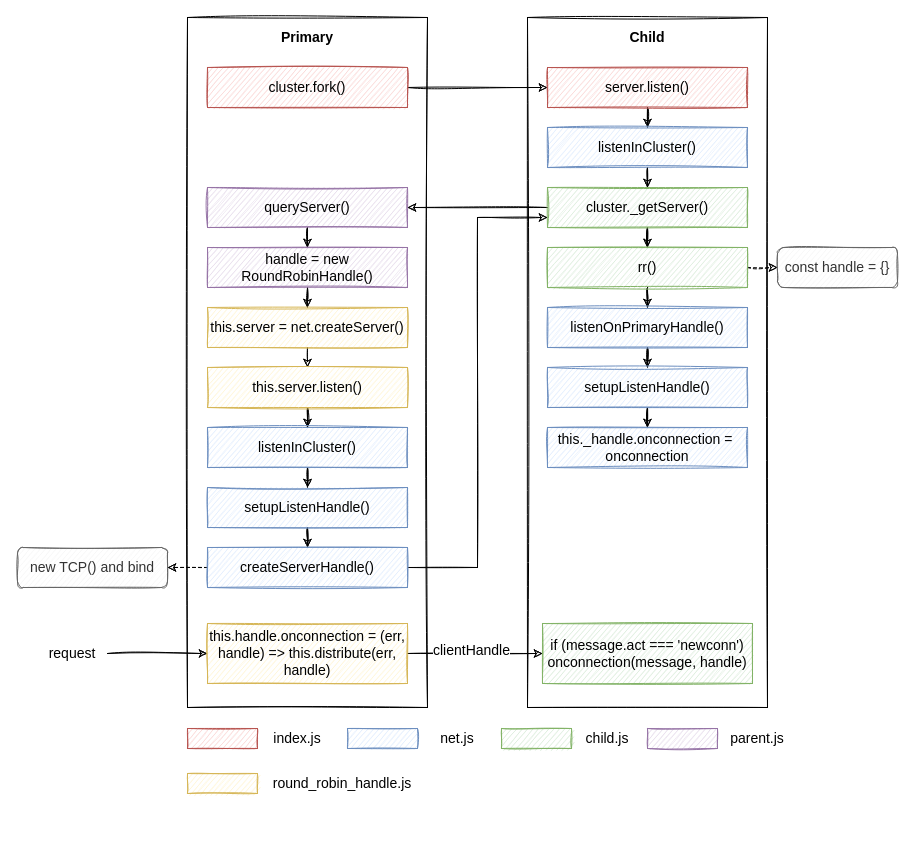
The draw.io diagram page "第 2 页" (2 of 2) of source/_posts/nodejs-cluster-principle/sharedhandle.drawio in ParadeTo/blog, before the edit. Source tidied: cells renumbered, new cells numbered last; positions are measured from the earlier drawing's top-left corner, leaving out a move shared by most shapes. Both pictures are drawn from the tidied source at 100%, with x=0, y=0 at pixel (17, 17).
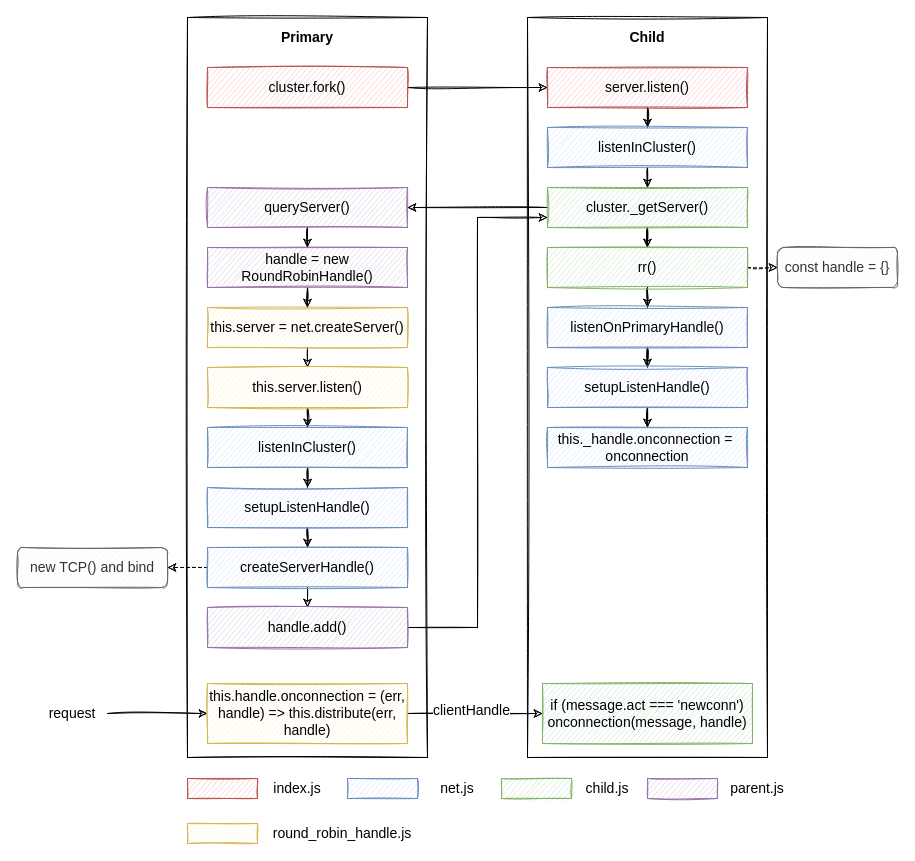
After the change.

The change refers to these unchanged cells:
```xml
<mxCell id="16" value="cluster._getServer()" style="text;html=1;align=center;verticalAlign=middle;whiteSpace=wrap;rounded=0;glass=0;sketch=1;fontFamily=Monoca;fontSize=14;strokeColor=#82b366;fillColor=#d5e8d4;" parent="1" vertex="1">
  <mxGeometry x="530" y="170" width="200" height="40" as="geometry" />
</mxCell>
<mxCell id="47" value="&lt;span style=&quot;font-size: 14px&quot;&gt;createServerHandle()&lt;/span&gt;" style="rounded=0;whiteSpace=wrap;html=1;fontFamily=Monoca;fillColor=#dae8fc;strokeColor=#6c8ebf;sketch=1;" parent="1" vertex="1">
  <mxGeometry x="190" y="530" width="200" height="40" as="geometry" />
</mxCell>
```

What changed in the source:
```diff
@@
     <mxCell id="2" style="rounded=0;whiteSpace=wrap;html=1;glass=0;sketch=1;" parent="1" vertex="1">
-      <mxGeometry x="170" width="240" height="690" as="geometry" />
+      <mxGeometry x="170" width="240" height="740" as="geometry" />
     </mxCell>
@@
     <mxCell id="4" style="rounded=0;whiteSpace=wrap;html=1;glass=0;sketch=1;" parent="1" vertex="1">
-      <mxGeometry x="510" width="240" height="690" as="geometry" />
+      <mxGeometry x="510" width="240" height="740" as="geometry" />
     </mxCell>
@@
     <mxCell id="8" style="rounded=0;whiteSpace=wrap;html=1;glass=0;sketch=1;fontFamily=Monoca;fontSize=14;fillColor=#f8cecc;strokeColor=#b85450;" parent="1" vertex="1">
-      <mxGeometry x="170" y="711" width="70" height="20" as="geometry" />
+      <mxGeometry x="170" y="761" width="70" height="20" as="geometry" />
     </mxCell>
     <mxCell id="9" value="index.js" style="text;html=1;strokeColor=none;fillColor=none;align=center;verticalAlign=middle;whiteSpace=wrap;rounded=0;glass=0;sketch=1;fontFamily=Monoca;fontSize=14;" parent="1" vertex="1">
-      <mxGeometry x="260" y="711" width="40" height="20" as="geometry" />
+      <mxGeometry x="260" y="761" width="40" height="20" as="geometry" />
     </mxCell>
@@
     <mxCell id="17" style="rounded=0;whiteSpace=wrap;html=1;glass=0;sketch=1;fontFamily=Monoca;fontSize=14;fillColor=#dae8fc;strokeColor=#6c8ebf;" parent="1" vertex="1">
-      <mxGeometry x="330" y="711" width="70" height="20" as="geometry" />
+      <mxGeometry x="330" y="761" width="70" height="20" as="geometry" />
     </mxCell>
     <mxCell id="18" value="net.js" style="text;html=1;strokeColor=none;fillColor=none;align=center;verticalAlign=middle;whiteSpace=wrap;rounded=0;glass=0;sketch=1;fontFamily=Monoca;fontSize=14;" parent="1" vertex="1">
-      <mxGeometry x="420" y="711" width="40" height="20" as="geometry" />
+      <mxGeometry x="420" y="761" width="40" height="20" as="geometry" />
     </mxCell>
     <mxCell id="19" style="rounded=0;whiteSpace=wrap;html=1;glass=0;sketch=1;fontFamily=Monoca;fontSize=14;fillColor=#d5e8d4;strokeColor=#82b366;" parent="1" vertex="1">
-      <mxGeometry x="484" y="711" width="70" height="20" as="geometry" />
+      <mxGeometry x="484" y="761" width="70" height="20" as="geometry" />
     </mxCell>
     <mxCell id="20" value="child.js" style="text;html=1;strokeColor=none;fillColor=none;align=center;verticalAlign=middle;whiteSpace=wrap;rounded=0;glass=0;sketch=1;fontFamily=Monoca;fontSize=14;" parent="1" vertex="1">
-      <mxGeometry x="570" y="711" width="40" height="20" as="geometry" />
+      <mxGeometry x="570" y="761" width="40" height="20" as="geometry" />
     </mxCell>
     <mxCell id="21" style="rounded=0;whiteSpace=wrap;html=1;glass=0;sketch=1;fontFamily=Monoca;fontSize=14;fillColor=#e1d5e7;strokeColor=#9673a6;" parent="1" vertex="1">
-      <mxGeometry x="630" y="711" width="70" height="20" as="geometry" />
+      <mxGeometry x="630" y="761" width="70" height="20" as="geometry" />
     </mxCell>
     <mxCell id="22" value="parent.js" style="text;html=1;strokeColor=none;fillColor=none;align=center;verticalAlign=middle;whiteSpace=wrap;rounded=0;glass=0;sketch=1;fontFamily=Monoca;fontSize=14;" parent="1" vertex="1">
-      <mxGeometry x="720" y="711" width="40" height="20" as="geometry" />
+      <mxGeometry x="720" y="761" width="40" height="20" as="geometry" />
     </mxCell>
@@
-    <mxCell id="27" style="edgeStyle=orthogonalEdgeStyle;rounded=0;jettySize=auto;html=1;entryX=0;entryY=0.75;entryDx=0;entryDy=0;fontFamily=Monoca;fontSize=14;sketch=1;" parent="1" edge="1" source="47" target="16">
+    <mxCell id="27" style="edgeStyle=orthogonalEdgeStyle;rounded=0;jettySize=auto;html=1;entryX=0;entryY=0.75;entryDx=0;entryDy=0;fontFamily=Monoca;fontSize=14;sketch=1;" parent="1" edge="1" source="57" target="16">
       <mxGeometry relative="1" as="geometry" />
     </mxCell>
@@
     <mxCell id="40" style="rounded=0;whiteSpace=wrap;html=1;glass=0;sketch=1;fontFamily=Monoca;fontSize=14;fillColor=#fff2cc;strokeColor=#d6b656;" parent="1" vertex="1">
-      <mxGeometry x="170" y="756" width="70" height="20" as="geometry" />
+      <mxGeometry x="170" y="806" width="70" height="20" as="geometry" />
     </mxCell>
     <mxCell id="41" value="round_robin_handle.js" style="text;html=1;strokeColor=none;fillColor=none;align=center;verticalAlign=middle;whiteSpace=wrap;rounded=0;glass=0;sketch=1;fontFamily=Monoca;fontSize=14;" parent="1" vertex="1">
-      <mxGeometry x="270" y="756" width="110" height="20" as="geometry" />
+      <mxGeometry x="270" y="806" width="110" height="20" as="geometry" />
     </mxCell>
@@
+    <mxCell id="56" style="edgeStyle=orthogonalEdgeStyle;rounded=0;jettySize=auto;html=1;exitX=0.5;exitY=1;exitDx=0;exitDy=0;entryX=0.5;entryY=0;entryDx=0;entryDy=0;sketch=1;" parent="1" edge="1" source="47" target="57">
+      <mxGeometry relative="1" as="geometry" />
+    </mxCell>
@@
     <mxCell id="51" value="&lt;font style=&quot;font-size: 14px&quot;&gt;request&lt;/font&gt;" style="text;html=1;strokeColor=none;fillColor=none;align=center;verticalAlign=middle;whiteSpace=wrap;rounded=0;fontFamily=Monoca;" parent="1" vertex="1">
-      <mxGeometry x="20" y="626" width="70" height="20" as="geometry" />
+      <mxGeometry x="20" y="686" width="70" height="20" as="geometry" />
     </mxCell>
@@
     <mxCell id="54" value="&lt;span style=&quot;font-size: 14px&quot;&gt;this.handle.onconnection = (err, handle) =&amp;gt; this.distribute(err, handle)&lt;/span&gt;" style="rounded=0;whiteSpace=wrap;html=1;fontFamily=Monoca;fillColor=#fff2cc;strokeColor=#d6b656;sketch=1;" parent="1" vertex="1">
-      <mxGeometry x="190" y="606" width="200" height="60" as="geometry" />
+      <mxGeometry x="190" y="666" width="200" height="60" as="geometry" />
     </mxCell>
     <mxCell id="55" value="if (message.act === 'newconn') onconnection(message, handle)" style="text;html=1;align=center;verticalAlign=middle;whiteSpace=wrap;rounded=0;glass=0;sketch=1;fontFamily=Monoca;fontSize=14;strokeColor=#82b366;fillColor=#d5e8d4;" parent="1" vertex="1">
-      <mxGeometry x="525" y="606" width="210" height="60" as="geometry" />
+      <mxGeometry x="525" y="666" width="210" height="60" as="geometry" />
     </mxCell>
+    <mxCell id="57" value="&lt;span style=&quot;font-size: 14px&quot;&gt;handle.add()&lt;/span&gt;" style="rounded=0;whiteSpace=wrap;html=1;fontFamily=Monoca;fillColor=#e1d5e7;strokeColor=#9673a6;sketch=1;" parent="1" vertex="1">
+      <mxGeometry x="190" y="590" width="200" height="40" as="geometry" />
+    </mxCell>
```
